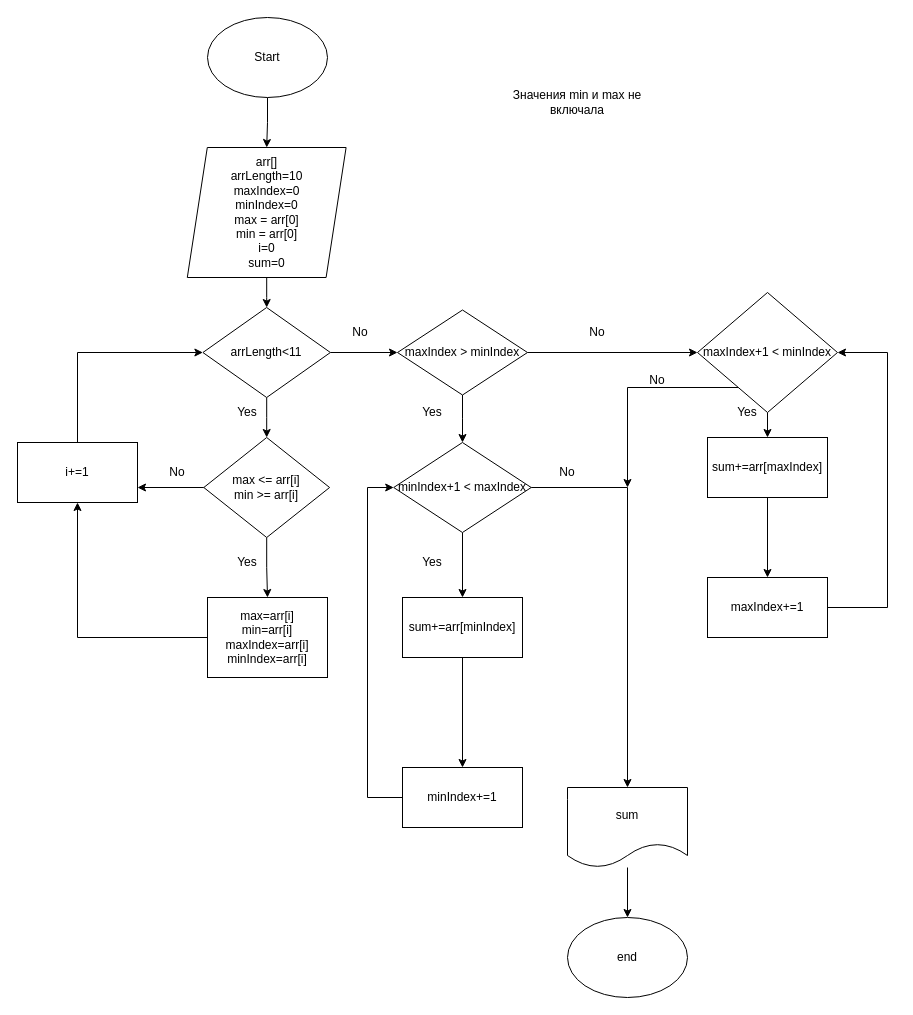
The draw.io diagram page "sum between" (2 of 3) of sum between max and min.drawio in Dioneer/Flowcharts, before the edit. Source tidied: cells renumbered, new cells numbered last; positions are measured from the earlier drawing's top-left corner, leaving out a move shared by most shapes. Both pictures are drawn from the tidied source at 100%, with x=0, y=0 at pixel (17, 17).
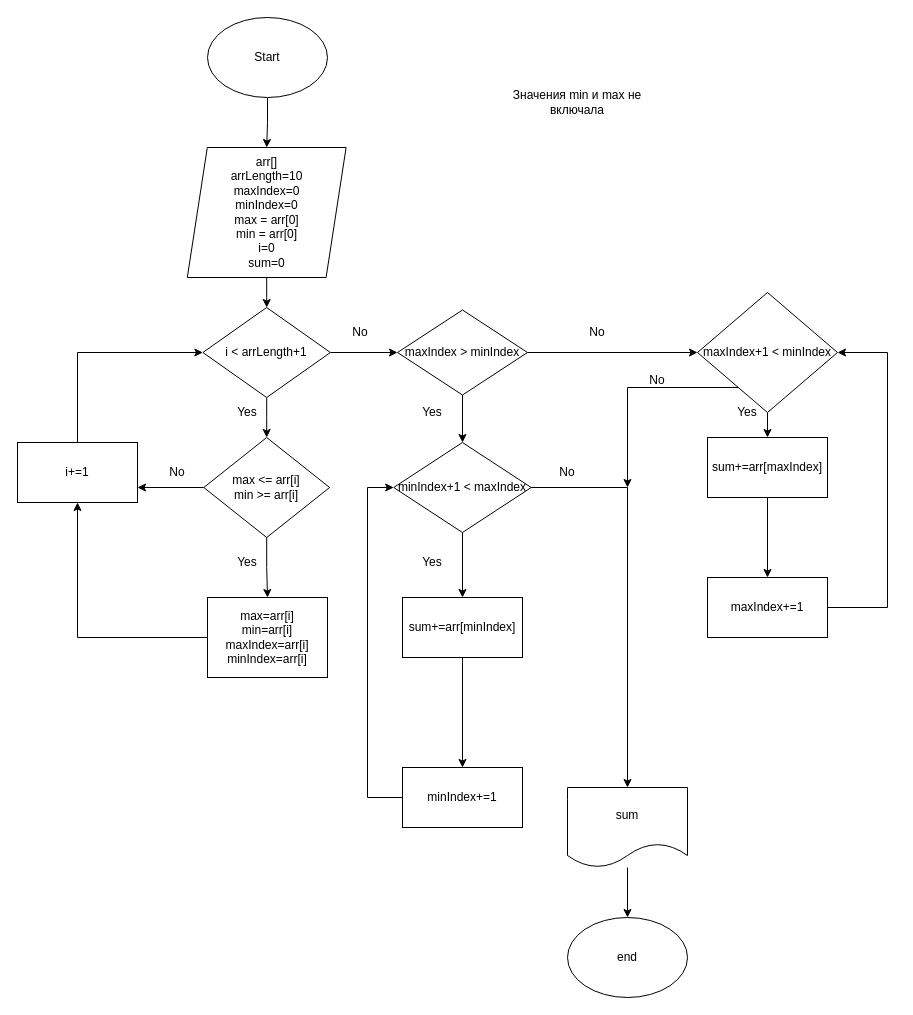
After the change.

Change to the diagram source:
```diff
@@
-    <mxCell id="9" value="arrLength&amp;lt;11" style="rhombus;whiteSpace=wrap;html=1;" parent="1" vertex="1">
+    <mxCell id="9" value="i &amp;lt; arrLength+1" style="rhombus;whiteSpace=wrap;html=1;" parent="1" vertex="1">
       <mxGeometry x="185.4" y="290" width="127.5" height="90" as="geometry" />
     </mxCell>
```
